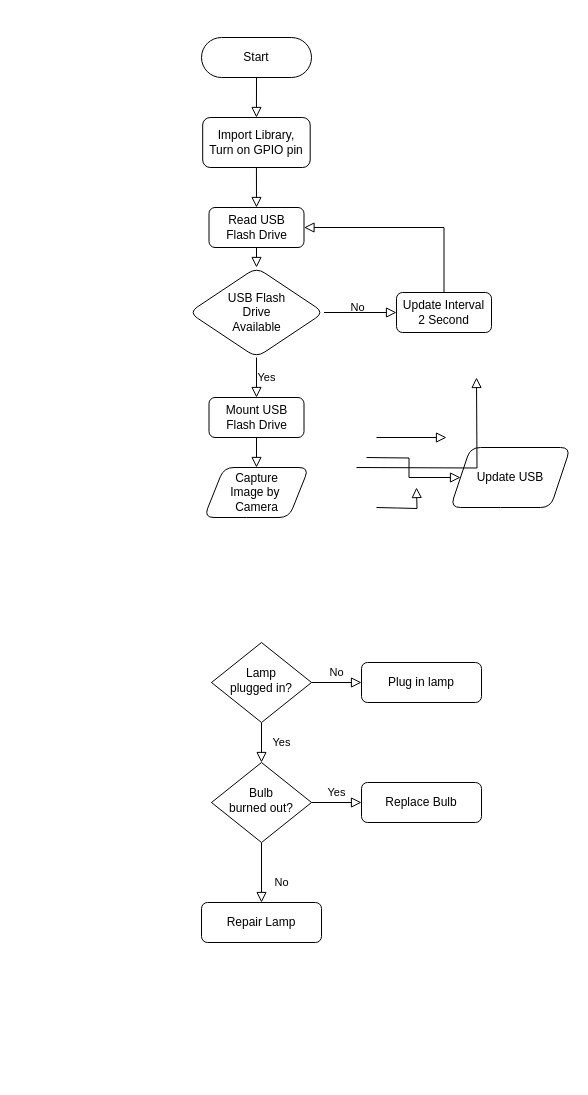
This is inseminasi .drawio from Caturwardana/DIAGRAM, a draw.io file, before an edit. Source tidied: cells renumbered, new cells numbered last; positions are measured from the earlier drawing's top-left corner, leaving out a move shared by most shapes. Both pictures are drawn from the tidied source at 100%, with x=0, y=0 at pixel (188, 37).
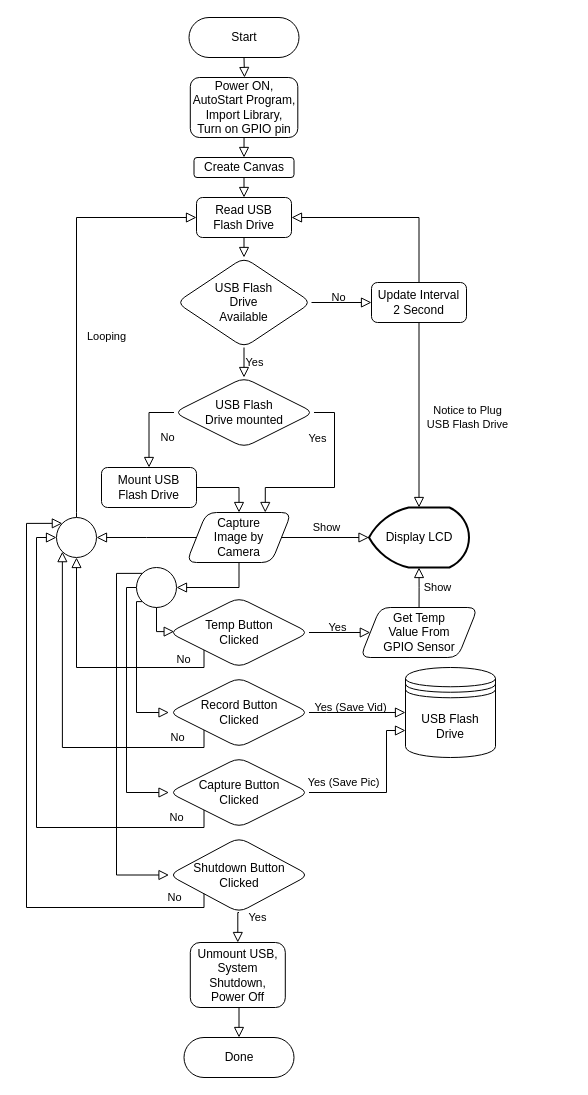
Above is the later version.

Change to the diagram source:
```diff
@@
-    <mxCell id="3" value="Yes" style="rounded=0;html=1;jettySize=auto;fontSize=11;endArrow=block;endFill=0;endSize=8;strokeWidth=1;shadow=0;labelBackgroundColor=none;edgeStyle=orthogonalEdgeStyle;" parent="1" edge="1" source="5" target="9">
-      <mxGeometry y="20" relative="1" as="geometry" />
-    </mxCell>
-    <mxCell id="4" value="No" style="edgeStyle=orthogonalEdgeStyle;rounded=0;html=1;jettySize=auto;fontSize=11;endArrow=block;endFill=0;endSize=8;strokeWidth=1;shadow=0;labelBackgroundColor=none;" parent="1" edge="1" source="5" target="6">
-      <mxGeometry y="10" relative="1" as="geometry" />
-    </mxCell>
-    <mxCell id="5" value="Lamp&lt;br&gt;plugged in?" style="rhombus;whiteSpace=wrap;html=1;shadow=0;fontFamily=Helvetica;fontSize=12;align=center;strokeWidth=1;spacing=6;spacingTop=-4;" parent="1" vertex="1">
-      <mxGeometry x="23" y="605" width="100" height="80" as="geometry" />
-    </mxCell>
-    <mxCell id="6" value="Plug in lamp" style="rounded=1;whiteSpace=wrap;html=1;fontSize=12;glass=0;strokeWidth=1;shadow=0;" parent="1" vertex="1">
-      <mxGeometry x="173" y="625" width="120" height="40" as="geometry" />
-    </mxCell>
-    <mxCell id="7" value="No" style="rounded=0;html=1;jettySize=auto;fontSize=11;endArrow=block;endFill=0;endSize=8;strokeWidth=1;shadow=0;labelBackgroundColor=none;edgeStyle=orthogonalEdgeStyle;" parent="1" edge="1" source="9" target="10">
-      <mxGeometry x="0.33" y="20" relative="1" as="geometry" />
-    </mxCell>
-    <mxCell id="8" value="Yes" style="edgeStyle=orthogonalEdgeStyle;rounded=0;html=1;jettySize=auto;fontSize=11;endArrow=block;endFill=0;endSize=8;strokeWidth=1;shadow=0;labelBackgroundColor=none;" parent="1" edge="1" source="9" target="11">
-      <mxGeometry y="10" relative="1" as="geometry" />
-    </mxCell>
-    <mxCell id="9" value="Bulb&lt;br&gt;burned out?" style="rhombus;whiteSpace=wrap;html=1;shadow=0;fontFamily=Helvetica;fontSize=12;align=center;strokeWidth=1;spacing=6;spacingTop=-4;" parent="1" vertex="1">
-      <mxGeometry x="23" y="725" width="100" height="80" as="geometry" />
-    </mxCell>
-    <mxCell id="10" value="Repair Lamp" style="rounded=1;whiteSpace=wrap;html=1;fontSize=12;glass=0;strokeWidth=1;shadow=0;" parent="1" vertex="1">
-      <mxGeometry x="13" y="865" width="120" height="40" as="geometry" />
-    </mxCell>
-    <mxCell id="11" value="Replace Bulb" style="rounded=1;whiteSpace=wrap;html=1;fontSize=12;glass=0;strokeWidth=1;shadow=0;" parent="1" vertex="1">
-      <mxGeometry x="173" y="745" width="120" height="40" as="geometry" />
-    </mxCell>
     <mxCell id="12" value="Start" style="rounded=1;whiteSpace=wrap;html=1;hachureGap=4;arcSize=50;" parent="1" vertex="1">
-      <mxGeometry x="13" width="110" height="40" as="geometry" />
+      <mxGeometry x="0.5" y="-20" width="110" height="40" as="geometry" />
     </mxCell>
-    <mxCell id="13" value="Capture&lt;br&gt;Image by&amp;nbsp;&lt;br&gt;Camera" style="shape=parallelogram;perimeter=parallelogramPerimeter;whiteSpace=wrap;html=1;fixedSize=1;rounded=1;shadow=0;glass=0;sketch=0;hachureGap=4;" parent="1" vertex="1">
-      <mxGeometry x="15.5" y="430" width="105" height="50" as="geometry" />
-    </mxCell>
     <mxCell id="14" value="USB Flash&lt;br&gt;Drive&lt;br&gt;Available" style="rhombus;whiteSpace=wrap;html=1;rounded=1;shadow=0;glass=0;sketch=0;hachureGap=4;" parent="1" vertex="1">
-      <mxGeometry x="0.5" y="230" width="135" height="90" as="geometry" />
+      <mxGeometry x="-12" y="220" width="135" height="90" as="geometry" />
     </mxCell>
-    <mxCell id="15" value="Update USB" style="shape=parallelogram;perimeter=parallelogramPerimeter;whiteSpace=wrap;html=1;fixedSize=1;rounded=1;shadow=0;glass=0;sketch=0;hachureGap=4;" parent="1" vertex="1">
-      <mxGeometry x="262" y="410" width="120" height="60" as="geometry" />
-    </mxCell>
     <mxCell id="16" value="Read USB&lt;br&gt;Flash Drive" style="rounded=1;whiteSpace=wrap;html=1;shadow=0;glass=0;sketch=0;hachureGap=4;" parent="1" vertex="1">
-      <mxGeometry x="20.5" y="170" width="95" height="40" as="geometry" />
+      <mxGeometry x="8" y="160" width="95" height="40" as="geometry" />
     </mxCell>
     <mxCell id="17" value="Update Interval&lt;br&gt;2 Second" style="rounded=1;whiteSpace=wrap;html=1;shadow=0;glass=0;sketch=0;hachureGap=4;" parent="1" vertex="1">
-      <mxGeometry x="208" y="255" width="95" height="40" as="geometry" />
+      <mxGeometry x="183" y="245" width="95" height="40" as="geometry" />
     </mxCell>
-    <mxCell id="18" style="rounded=0;html=1;jettySize=auto;orthogonalLoop=1;fontSize=11;endArrow=block;endFill=0;endSize=8;strokeWidth=1;shadow=0;labelBackgroundColor=none;edgeStyle=orthogonalEdgeStyle;" parent="1" edge="1">
-      <mxGeometry relative="1" as="geometry">
-        <mxPoint x="188" y="470" as="sourcePoint" />
-        <mxPoint x="228" y="450" as="targetPoint" />
-      </mxGeometry>
-    </mxCell>
-    <mxCell id="19" style="rounded=0;html=1;jettySize=auto;fontSize=11;endArrow=block;endFill=0;endSize=8;strokeWidth=1;shadow=0;labelBackgroundColor=none;edgeStyle=orthogonalEdgeStyle;" parent="1" edge="1" target="15">
-      <mxGeometry relative="1" as="geometry">
-        <mxPoint x="178" y="420" as="sourcePoint" />
-      </mxGeometry>
-    </mxCell>
-    <mxCell id="20" style="rounded=0;html=1;jettySize=auto;orthogonalLoop=1;fontSize=11;endArrow=block;endFill=0;endSize=8;strokeWidth=1;shadow=0;labelBackgroundColor=none;edgeStyle=orthogonalEdgeStyle;" parent="1" edge="1">
-      <mxGeometry relative="1" as="geometry">
-        <mxPoint x="188" y="400" as="sourcePoint" />
-        <mxPoint x="258" y="400" as="targetPoint" />
-      </mxGeometry>
+    <mxCell id="20" value="Show" style="rounded=0;html=1;jettySize=auto;fontSize=11;endArrow=block;endFill=0;endSize=8;strokeWidth=1;shadow=0;labelBackgroundColor=none;edgeStyle=orthogonalEdgeStyle;exitX=1;exitY=0.5;exitDx=0;exitDy=0;entryX=0;entryY=0.5;entryDx=0;entryDy=0;entryPerimeter=0;" parent="1" edge="1" source="13" target="30">
+      <mxGeometry x="0.03" y="10" relative="1" as="geometry" />
     </mxCell>
-    <mxCell id="21" style="rounded=0;html=1;jettySize=auto;orthogonalLoop=1;fontSize=11;endArrow=block;endFill=0;endSize=8;strokeWidth=1;shadow=0;labelBackgroundColor=none;edgeStyle=orthogonalEdgeStyle;" parent="1" edge="1">
-      <mxGeometry relative="1" as="geometry">
-        <mxPoint x="168" y="430" as="sourcePoint" />
-        <mxPoint x="288" y="340" as="targetPoint" />
+    <mxCell id="21" value="Yes" style="rounded=0;html=1;jettySize=auto;fontSize=11;endArrow=block;endFill=0;endSize=8;strokeWidth=1;shadow=0;labelBackgroundColor=none;edgeStyle=orthogonalEdgeStyle;exitX=0.5;exitY=1;exitDx=0;exitDy=0;entryX=0.5;entryY=0;entryDx=0;entryDy=0;" parent="1" edge="1" source="50" target="60">
+      <mxGeometry x="-1" y="18" relative="1" as="geometry">
+        <mxPoint x="18" y="-13" as="offset" />
       </mxGeometry>
     </mxCell>
@@
-    <mxCell id="23" style="rounded=0;html=1;jettySize=auto;fontSize=11;endArrow=block;endFill=0;endSize=8;strokeWidth=1;shadow=0;labelBackgroundColor=none;edgeStyle=orthogonalEdgeStyle;exitX=0.5;exitY=1;exitDx=0;exitDy=0;entryX=0.5;entryY=0;entryDx=0;entryDy=0;" parent="1" edge="1" source="12" target="25">
-      <mxGeometry relative="1" as="geometry" />
+    <mxCell id="23" style="rounded=0;html=1;jettySize=auto;fontSize=11;endArrow=block;endFill=0;endSize=8;strokeWidth=1;shadow=0;labelBackgroundColor=none;edgeStyle=orthogonalEdgeStyle;exitX=0.5;exitY=1;exitDx=0;exitDy=0;" parent="1" edge="1" source="12">
+      <mxGeometry relative="1" as="geometry">
+        <mxPoint x="56" y="40" as="targetPoint" />
+      </mxGeometry>
     </mxCell>
@@
-    <mxCell id="25" value="Import Library,&lt;br&gt;Turn on GPIO pin" style="rounded=1;whiteSpace=wrap;html=1;shadow=0;glass=0;sketch=0;hachureGap=4;" parent="1" vertex="1">
-      <mxGeometry x="14.2" y="80" width="107.5" height="50" as="geometry" />
+    <mxCell id="25" value="Power ON,&lt;br&gt;AutoStart Program,&lt;br&gt;Import Library,&lt;br&gt;Turn on GPIO pin" style="rounded=1;whiteSpace=wrap;html=1;shadow=0;glass=0;sketch=0;hachureGap=4;" parent="1" vertex="1">
+      <mxGeometry x="1.8" y="40" width="107.5" height="60" as="geometry" />
     </mxCell>
-    <mxCell id="26" style="rounded=0;html=1;jettySize=auto;fontSize=11;endArrow=block;endFill=0;endSize=8;strokeWidth=1;shadow=0;labelBackgroundColor=none;edgeStyle=orthogonalEdgeStyle;exitX=0.5;exitY=1;exitDx=0;exitDy=0;entryX=0.5;entryY=0;entryDx=0;entryDy=0;" parent="1" edge="1" source="25" target="16">
+    <mxCell id="26" style="rounded=0;html=1;jettySize=auto;fontSize=11;endArrow=block;endFill=0;endSize=8;strokeWidth=1;shadow=0;labelBackgroundColor=none;edgeStyle=orthogonalEdgeStyle;entryX=0.5;entryY=0;entryDx=0;entryDy=0;exitX=0.5;exitY=1;exitDx=0;exitDy=0;" parent="1" edge="1" source="35" target="16">
       <mxGeometry relative="1" as="geometry" />
     </mxCell>
     <mxCell id="27" value="Mount USB Flash Drive" style="rounded=1;whiteSpace=wrap;html=1;shadow=0;glass=0;sketch=0;hachureGap=4;" parent="1" vertex="1">
-      <mxGeometry x="20.5" y="360" width="95" height="40" as="geometry" />
+      <mxGeometry x="-87" y="430" width="95" height="40" as="geometry" />
     </mxCell>
-    <mxCell id="28" value="Yes" style="rounded=0;html=1;jettySize=auto;fontSize=11;endArrow=block;endFill=0;endSize=8;strokeWidth=1;shadow=0;labelBackgroundColor=none;edgeStyle=orthogonalEdgeStyle;exitX=0.5;exitY=1;exitDx=0;exitDy=0;entryX=0.5;entryY=0;entryDx=0;entryDy=0;" parent="1" edge="1" source="14" target="27">
+    <mxCell id="28" value="Yes" style="rounded=0;html=1;jettySize=auto;fontSize=11;endArrow=block;endFill=0;endSize=8;strokeWidth=1;shadow=0;labelBackgroundColor=none;edgeStyle=orthogonalEdgeStyle;exitX=0.5;exitY=1;exitDx=0;exitDy=0;entryX=0.5;entryY=0;entryDx=0;entryDy=0;" parent="1" edge="1" source="14" target="32">
       <mxGeometry y="10" relative="1" as="geometry" />
     </mxCell>
-    <mxCell id="29" style="rounded=0;html=1;jettySize=auto;fontSize=11;endArrow=block;endFill=0;endSize=8;strokeWidth=1;shadow=0;labelBackgroundColor=none;edgeStyle=orthogonalEdgeStyle;exitX=0.5;exitY=1;exitDx=0;exitDy=0;entryX=0.5;entryY=0;entryDx=0;entryDy=0;" parent="1" edge="1" source="27" target="13">
+    <mxCell id="29" style="rounded=0;html=1;jettySize=auto;fontSize=11;endArrow=block;endFill=0;endSize=8;strokeWidth=1;shadow=0;labelBackgroundColor=none;edgeStyle=orthogonalEdgeStyle;exitX=1;exitY=0.5;exitDx=0;exitDy=0;entryX=0.5;entryY=0;entryDx=0;entryDy=0;" parent="1" edge="1" source="27" target="13">
       <mxGeometry relative="1" as="geometry" />
     </mxCell>
+    <mxCell id="13" value="Capture&lt;br&gt;Image by&lt;br&gt;Camera" style="shape=parallelogram;perimeter=parallelogramPerimeter;whiteSpace=wrap;html=1;fixedSize=1;rounded=1;shadow=0;glass=0;sketch=0;hachureGap=4;" parent="1" vertex="1">
+      <mxGeometry x="-2" y="475" width="105" height="50" as="geometry" />
+    </mxCell>
+    <mxCell id="30" value="Display LCD" style="strokeWidth=2;html=1;shape=mxgraph.flowchart.display;whiteSpace=wrap;rounded=1;shadow=0;glass=0;sketch=0;hachureGap=4;" parent="1" vertex="1">
+      <mxGeometry x="180.5" y="470" width="100" height="60" as="geometry" />
+    </mxCell>
+    <mxCell id="31" value="USB Flash Drive" style="shape=datastore;whiteSpace=wrap;html=1;rounded=1;shadow=0;glass=0;sketch=0;hachureGap=4;" parent="1" vertex="1">
+      <mxGeometry x="217" y="630" width="90" height="90" as="geometry" />
+    </mxCell>
+    <mxCell id="32" value="USB Flash&lt;br&gt;Drive mounted" style="rhombus;whiteSpace=wrap;html=1;rounded=1;shadow=0;glass=0;sketch=0;hachureGap=4;" parent="1" vertex="1">
+      <mxGeometry x="-14.5" y="340" width="140" height="70" as="geometry" />
+    </mxCell>
+    <mxCell id="33" value="No" style="rounded=0;html=1;jettySize=auto;fontSize=11;endArrow=block;endFill=0;endSize=8;strokeWidth=1;shadow=0;labelBackgroundColor=none;edgeStyle=orthogonalEdgeStyle;exitX=0;exitY=0.5;exitDx=0;exitDy=0;entryX=0.5;entryY=0;entryDx=0;entryDy=0;" parent="1" edge="1" source="32" target="27">
+      <mxGeometry x="0.25" y="18" relative="1" as="geometry" />
+    </mxCell>
+    <mxCell id="34" value="Yes" style="rounded=0;html=1;jettySize=auto;fontSize=11;endArrow=block;endFill=0;endSize=8;strokeWidth=1;shadow=0;labelBackgroundColor=none;edgeStyle=orthogonalEdgeStyle;exitX=1;exitY=0.5;exitDx=0;exitDy=0;entryX=0.75;entryY=0;entryDx=0;entryDy=0;" parent="1" edge="1" source="32" target="13">
+      <mxGeometry x="-0.52" y="-17" relative="1" as="geometry">
+        <Array as="points">
+          <mxPoint x="146" y="375" />
+          <mxPoint x="146" y="450" />
+          <mxPoint x="77" y="450" />
+        </Array>
+      </mxGeometry>
+    </mxCell>
+    <mxCell id="35" value="Create Canvas" style="rounded=1;whiteSpace=wrap;html=1;fontSize=12;glass=0;strokeWidth=1;shadow=0;" parent="1" vertex="1">
+      <mxGeometry x="5.5" y="120" width="100" height="20" as="geometry" />
+    </mxCell>
+    <mxCell id="36" style="rounded=0;html=1;jettySize=auto;fontSize=11;endArrow=block;endFill=0;endSize=8;strokeWidth=1;shadow=0;labelBackgroundColor=none;edgeStyle=orthogonalEdgeStyle;exitX=0.5;exitY=1;exitDx=0;exitDy=0;entryX=0.5;entryY=0;entryDx=0;entryDy=0;" parent="1" edge="1" source="25" target="35">
+      <mxGeometry relative="1" as="geometry" />
+    </mxCell>
+    <mxCell id="37" value="Notice to Plug&lt;br&gt;USB Flash Drive" style="rounded=0;html=1;jettySize=auto;fontSize=11;endArrow=block;endFill=0;endSize=8;strokeWidth=1;shadow=0;labelBackgroundColor=none;edgeStyle=orthogonalEdgeStyle;exitX=0.5;exitY=1;exitDx=0;exitDy=0;entryX=0.5;entryY=0;entryDx=0;entryDy=0;entryPerimeter=0;" parent="1" edge="1" source="17" target="30">
+      <mxGeometry x="0.03" y="48" relative="1" as="geometry" />
+    </mxCell>
+    <mxCell id="38" value="Get Temp&lt;br&gt;Value From&lt;br&gt;GPIO Sensor" style="shape=parallelogram;perimeter=parallelogramPerimeter;whiteSpace=wrap;html=1;fixedSize=1;rounded=1;shadow=0;glass=0;sketch=0;hachureGap=4;" parent="1" vertex="1">
+      <mxGeometry x="171.8" y="570" width="117.5" height="50" as="geometry" />
+    </mxCell>
+    <mxCell id="39" style="rounded=0;html=1;jettySize=auto;fontSize=11;endArrow=block;endFill=0;endSize=8;strokeWidth=1;shadow=0;labelBackgroundColor=none;edgeStyle=orthogonalEdgeStyle;exitX=0.5;exitY=1;exitDx=0;exitDy=0;entryX=1;entryY=0.5;entryDx=0;entryDy=0;" parent="1" edge="1" source="13" target="53">
+      <mxGeometry relative="1" as="geometry" />
+    </mxCell>
+    <mxCell id="40" value="Show" style="rounded=0;html=1;jettySize=auto;fontSize=11;endArrow=block;endFill=0;endSize=8;strokeWidth=1;shadow=0;labelBackgroundColor=none;edgeStyle=orthogonalEdgeStyle;exitX=0.5;exitY=0;exitDx=0;exitDy=0;entryX=0.5;entryY=1;entryDx=0;entryDy=0;entryPerimeter=0;" parent="1" edge="1" source="38" target="30">
+      <mxGeometry y="-17" relative="1" as="geometry">
+        <mxPoint x="1" as="offset" />
+      </mxGeometry>
+    </mxCell>
+    <mxCell id="41" value="Temp Button&lt;br&gt;Clicked" style="rhombus;whiteSpace=wrap;html=1;rounded=1;shadow=0;glass=0;sketch=0;hachureGap=4;" parent="1" vertex="1">
+      <mxGeometry x="-19.5" y="560" width="140" height="70" as="geometry" />
+    </mxCell>
+    <mxCell id="42" value="Yes" style="rounded=0;html=1;jettySize=auto;fontSize=11;endArrow=block;endFill=0;endSize=8;strokeWidth=1;shadow=0;labelBackgroundColor=none;edgeStyle=orthogonalEdgeStyle;exitX=1;exitY=0.5;exitDx=0;exitDy=0;entryX=0;entryY=0.5;entryDx=0;entryDy=0;" parent="1" edge="1" source="41" target="38">
+      <mxGeometry x="-0.1" y="5" relative="1" as="geometry" />
+    </mxCell>
+    <mxCell id="43" value="Record Button&lt;br&gt;Clicked" style="rhombus;whiteSpace=wrap;html=1;rounded=1;shadow=0;glass=0;sketch=0;hachureGap=4;" parent="1" vertex="1">
+      <mxGeometry x="-19.5" y="640" width="140" height="70" as="geometry" />
+    </mxCell>
+    <mxCell id="44" style="rounded=0;html=1;jettySize=auto;fontSize=11;endArrow=block;endFill=0;endSize=8;strokeWidth=1;shadow=0;labelBackgroundColor=none;edgeStyle=orthogonalEdgeStyle;exitX=0;exitY=1;exitDx=0;exitDy=0;entryX=0;entryY=0.5;entryDx=0;entryDy=0;" parent="1" edge="1" source="53" target="43">
+      <mxGeometry relative="1" as="geometry">
+        <Array as="points">
+          <mxPoint x="-52" y="564" />
+          <mxPoint x="-52" y="675" />
+        </Array>
+      </mxGeometry>
+    </mxCell>
+    <mxCell id="45" value="Yes (Save Vid)" style="rounded=0;html=1;jettySize=auto;fontSize=11;endArrow=block;endFill=0;endSize=8;strokeWidth=1;shadow=0;labelBackgroundColor=none;edgeStyle=orthogonalEdgeStyle;exitX=1;exitY=0.5;exitDx=0;exitDy=0;entryX=0;entryY=0.5;entryDx=0;entryDy=0;" parent="1" edge="1" source="43" target="31">
+      <mxGeometry x="-0.14" y="5" relative="1" as="geometry">
+        <Array as="points">
+          <mxPoint x="138" y="675" />
+          <mxPoint x="138" y="675" />
+        </Array>
+      </mxGeometry>
+    </mxCell>
+    <mxCell id="46" value="Capture Button&lt;br&gt;Clicked" style="rhombus;whiteSpace=wrap;html=1;rounded=1;shadow=0;glass=0;sketch=0;hachureGap=4;" parent="1" vertex="1">
+      <mxGeometry x="-19.5" y="720" width="140" height="70" as="geometry" />
+    </mxCell>
+    <mxCell id="47" style="rounded=0;html=1;jettySize=auto;fontSize=11;endArrow=block;endFill=0;endSize=8;strokeWidth=1;shadow=0;labelBackgroundColor=none;edgeStyle=orthogonalEdgeStyle;entryX=0;entryY=0.5;entryDx=0;entryDy=0;" parent="1" edge="1" source="53" target="46">
+      <mxGeometry relative="1" as="geometry">
+        <Array as="points">
+          <mxPoint x="-62" y="550" />
+          <mxPoint x="-62" y="755" />
+        </Array>
+      </mxGeometry>
+    </mxCell>
+    <mxCell id="48" value="Yes (Save Pic)" style="rounded=0;html=1;jettySize=auto;fontSize=11;endArrow=block;endFill=0;endSize=8;strokeWidth=1;shadow=0;labelBackgroundColor=none;edgeStyle=orthogonalEdgeStyle;exitX=1;exitY=0.5;exitDx=0;exitDy=0;entryX=0;entryY=0.7;entryDx=0;entryDy=0;" parent="1" edge="1" source="46" target="31">
+      <mxGeometry x="-0.57" y="10" relative="1" as="geometry">
+        <Array as="points">
+          <mxPoint x="198" y="755" />
+          <mxPoint x="198" y="693" />
+        </Array>
+      </mxGeometry>
+    </mxCell>
+    <mxCell id="49" value="Looping" style="rounded=0;html=1;jettySize=auto;fontSize=11;endArrow=block;endFill=0;endSize=8;strokeWidth=1;shadow=0;labelBackgroundColor=none;edgeStyle=orthogonalEdgeStyle;entryX=0;entryY=0.5;entryDx=0;entryDy=0;exitX=0.5;exitY=0;exitDx=0;exitDy=0;" parent="1" edge="1" source="52" target="16">
+      <mxGeometry x="-0.14" y="-30" relative="1" as="geometry">
+        <Array as="points">
+          <mxPoint x="-112" y="475" />
+          <mxPoint x="-112" y="180" />
+        </Array>
+      </mxGeometry>
+    </mxCell>
+    <mxCell id="50" value="Shutdown Button&lt;br&gt;Clicked" style="rhombus;whiteSpace=wrap;html=1;rounded=1;shadow=0;glass=0;sketch=0;hachureGap=4;" parent="1" vertex="1">
+      <mxGeometry x="-19.5" y="800" width="140" height="75" as="geometry" />
+    </mxCell>
+    <mxCell id="51" style="rounded=0;html=1;jettySize=auto;fontSize=11;endArrow=block;endFill=0;endSize=8;strokeWidth=1;shadow=0;labelBackgroundColor=none;edgeStyle=orthogonalEdgeStyle;exitX=0;exitY=0.5;exitDx=0;exitDy=0;entryX=1;entryY=0.5;entryDx=0;entryDy=0;" parent="1" edge="1" source="13" target="52">
+      <mxGeometry relative="1" as="geometry">
+        <Array as="points">
+          <mxPoint x="-42" y="500" />
+          <mxPoint x="-42" y="500" />
+        </Array>
+      </mxGeometry>
+    </mxCell>
+    <mxCell id="52" style="ellipse;whiteSpace=wrap;html=1;rounded=1;shadow=0;glass=0;sketch=0;hachureGap=4;" parent="1" vertex="1">
+      <mxGeometry x="-132" y="480" width="40" height="40" as="geometry" />
+    </mxCell>
+    <mxCell id="53" style="ellipse;whiteSpace=wrap;html=1;rounded=1;shadow=0;glass=0;sketch=0;hachureGap=4;" parent="1" vertex="1">
+      <mxGeometry x="-52" y="530" width="40" height="40" as="geometry" />
+    </mxCell>
+    <mxCell id="54" style="rounded=0;html=1;jettySize=auto;fontSize=11;endArrow=block;endFill=0;endSize=8;strokeWidth=1;shadow=0;labelBackgroundColor=none;edgeStyle=orthogonalEdgeStyle;entryX=0;entryY=0.5;entryDx=0;entryDy=0;exitX=0;exitY=0;exitDx=0;exitDy=0;" parent="1" edge="1" source="53" target="50">
+      <mxGeometry relative="1" as="geometry">
+        <Array as="points">
+          <mxPoint x="-72" y="536" />
+          <mxPoint x="-72" y="838" />
+        </Array>
+      </mxGeometry>
+    </mxCell>
+    <mxCell id="55" style="rounded=0;html=1;jettySize=auto;fontSize=11;endArrow=block;endFill=0;endSize=8;strokeWidth=1;shadow=0;labelBackgroundColor=none;edgeStyle=orthogonalEdgeStyle;exitX=0.5;exitY=1;exitDx=0;exitDy=0;entryX=0.037;entryY=0.487;entryDx=0;entryDy=0;entryPerimeter=0;" parent="1" edge="1" source="53" target="41">
+      <mxGeometry relative="1" as="geometry">
+        <Array as="points">
+          <mxPoint x="-32" y="594" />
+        </Array>
+      </mxGeometry>
+    </mxCell>
+    <mxCell id="56" value="No" style="rounded=0;html=1;jettySize=auto;fontSize=11;endArrow=block;endFill=0;endSize=8;strokeWidth=1;shadow=0;labelBackgroundColor=none;edgeStyle=orthogonalEdgeStyle;exitX=0;exitY=1;exitDx=0;exitDy=0;entryX=0.5;entryY=1;entryDx=0;entryDy=0;" parent="1" edge="1" source="41" target="52">
+      <mxGeometry x="-0.7" y="-8" relative="1" as="geometry">
+        <Array as="points">
+          <mxPoint x="16" y="630" />
+          <mxPoint x="-112" y="630" />
+        </Array>
+      </mxGeometry>
+    </mxCell>
+    <mxCell id="57" value="No" style="rounded=0;html=1;jettySize=auto;fontSize=11;endArrow=block;endFill=0;endSize=8;strokeWidth=1;shadow=0;labelBackgroundColor=none;edgeStyle=orthogonalEdgeStyle;exitX=0;exitY=1;exitDx=0;exitDy=0;entryX=0;entryY=1;entryDx=0;entryDy=0;" parent="1" edge="1" source="43" target="52">
+      <mxGeometry x="-0.75" y="-10" relative="1" as="geometry">
+        <Array as="points">
+          <mxPoint x="16" y="710" />
+          <mxPoint x="-126" y="710" />
+        </Array>
+      </mxGeometry>
+    </mxCell>
+    <mxCell id="58" value="No" style="rounded=0;html=1;jettySize=auto;fontSize=11;endArrow=block;endFill=0;endSize=8;strokeWidth=1;shadow=0;labelBackgroundColor=none;edgeStyle=orthogonalEdgeStyle;exitX=0;exitY=1;exitDx=0;exitDy=0;entryX=0;entryY=0.5;entryDx=0;entryDy=0;" parent="1" edge="1" source="46" target="52">
+      <mxGeometry x="-0.82" y="-10" relative="1" as="geometry">
+        <Array as="points">
+          <mxPoint x="16" y="790" />
+          <mxPoint x="-152" y="790" />
+          <mxPoint x="-152" y="500" />
+        </Array>
+      </mxGeometry>
+    </mxCell>
+    <mxCell id="59" value="No" style="rounded=0;html=1;jettySize=auto;fontSize=11;endArrow=block;endFill=0;endSize=8;strokeWidth=1;shadow=0;labelBackgroundColor=none;edgeStyle=orthogonalEdgeStyle;exitX=0;exitY=1;exitDx=0;exitDy=0;entryX=0;entryY=0;entryDx=0;entryDy=0;" parent="1" edge="1" source="50" target="52">
+      <mxGeometry x="-0.86" y="-10" relative="1" as="geometry">
+        <Array as="points">
+          <mxPoint x="16" y="870" />
+          <mxPoint x="-162" y="870" />
+          <mxPoint x="-162" y="486" />
+        </Array>
+      </mxGeometry>
+    </mxCell>
+    <mxCell id="60" value="Unmount USB,&lt;br&gt;System Shutdown,&lt;br&gt;Power Off" style="rounded=1;whiteSpace=wrap;html=1;shadow=0;glass=0;sketch=0;hachureGap=4;" parent="1" vertex="1">
+      <mxGeometry x="1.8" y="905" width="95" height="65" as="geometry" />
+    </mxCell>
+    <mxCell id="61" value="Done" style="rounded=1;whiteSpace=wrap;html=1;hachureGap=4;arcSize=50;" parent="1" vertex="1">
+      <mxGeometry x="-4.5" y="1000" width="110" height="40" as="geometry" />
+    </mxCell>
+    <mxCell id="62" style="rounded=0;html=1;jettySize=auto;fontSize=11;endArrow=block;endFill=0;endSize=8;strokeWidth=1;shadow=0;labelBackgroundColor=none;edgeStyle=orthogonalEdgeStyle;exitX=0.5;exitY=1;exitDx=0;exitDy=0;entryX=0.5;entryY=0;entryDx=0;entryDy=0;" parent="1" edge="1" source="60" target="61">
+      <mxGeometry relative="1" as="geometry" />
+    </mxCell>
```
